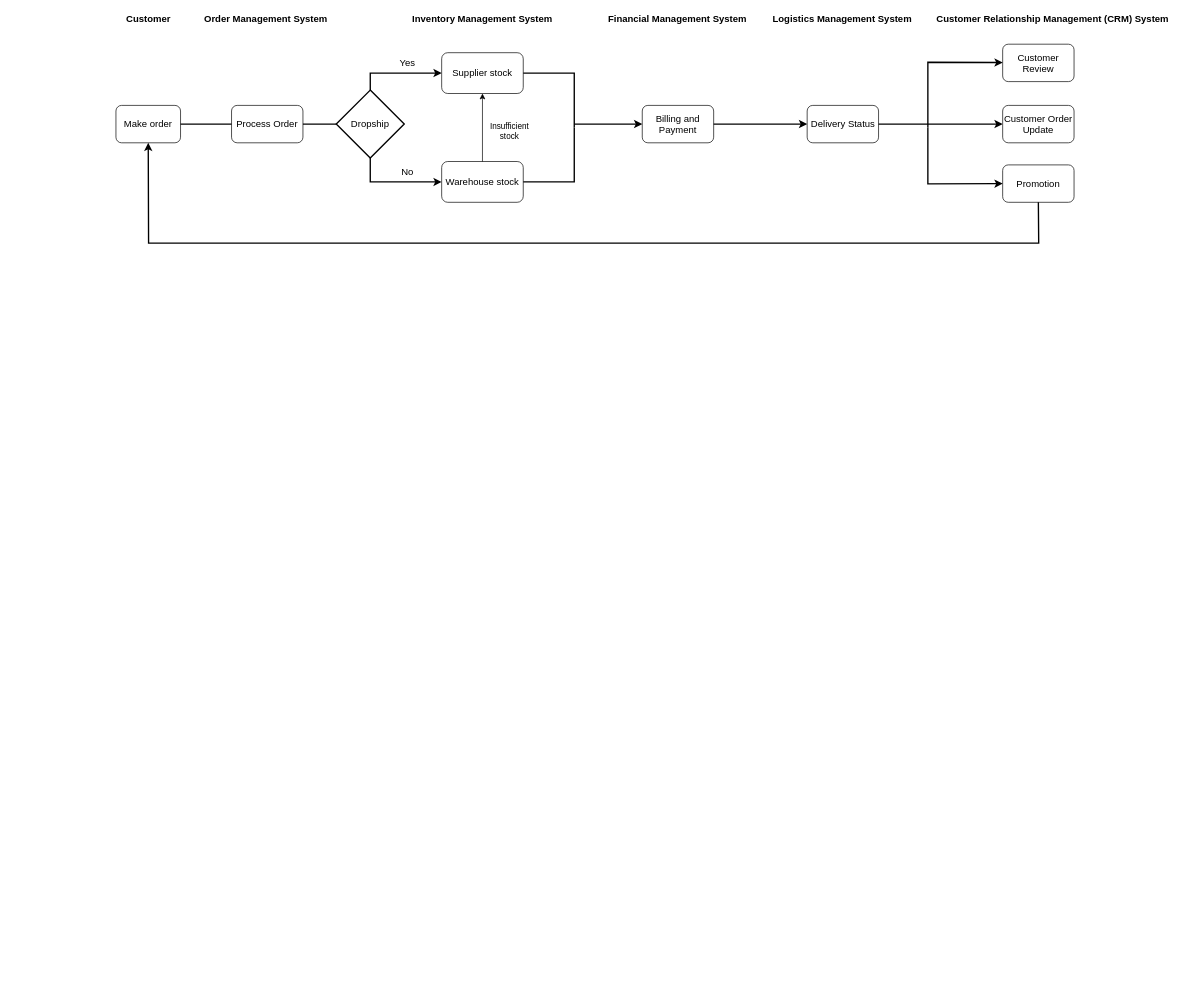
Earlier version of the draw.io diagram ERP flowchart.drawio (Levaote/chart). Source tidied: cells renumbered, new cells numbered last; positions are measured from the earlier drawing's top-left corner, leaving out a move shared by most shapes. Both pictures are drawn from the tidied source at 68%, with x=0, y=0 at pixel (77, 12).
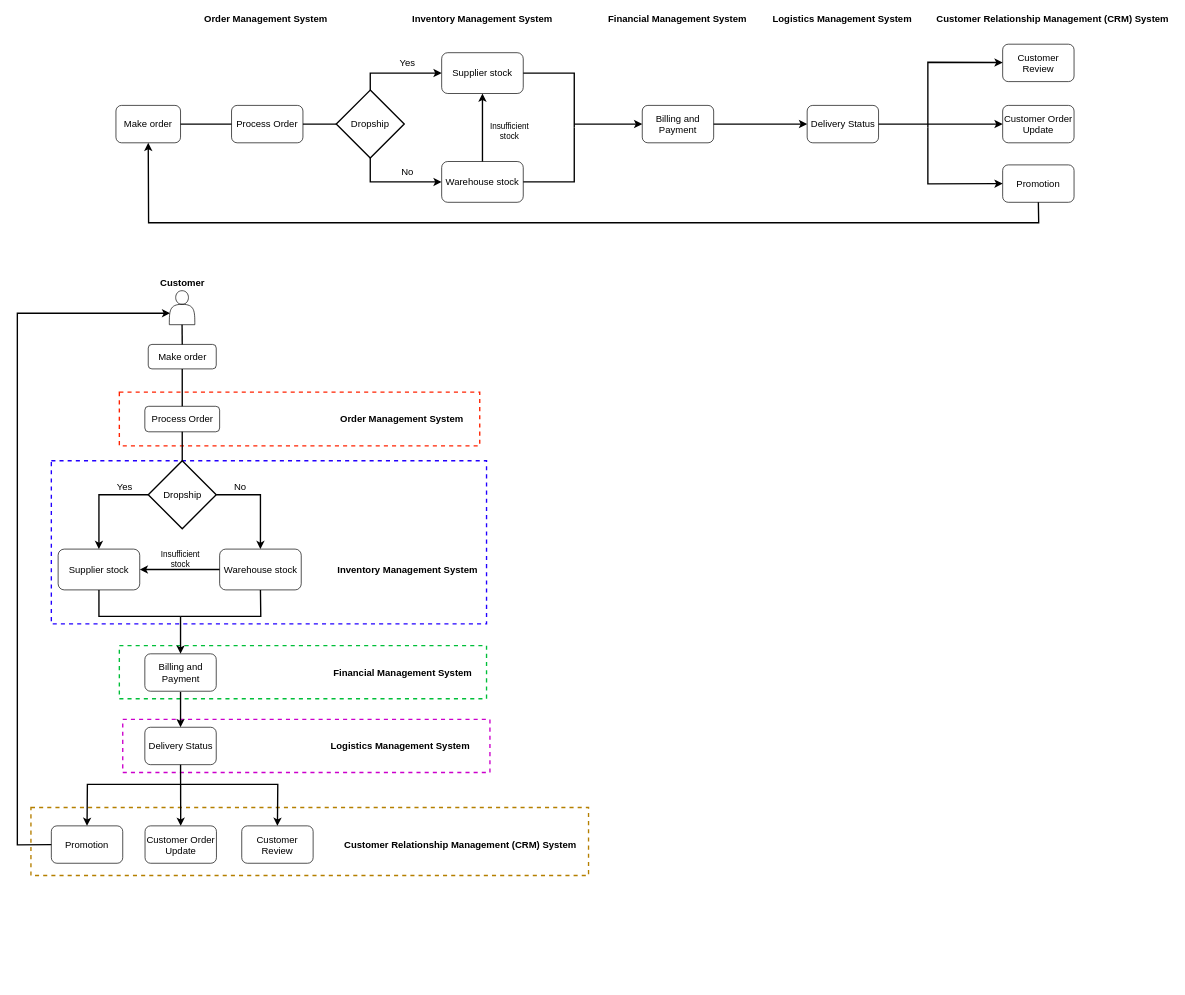
After the change.

The change refers to these unchanged cells:
```xml
<mxCell id="2" value="Warehouse stock" style="rounded=1;whiteSpace=wrap;html=1;fontSize=14;" parent="1" vertex="1">
  <mxGeometry x="536" y="220" width="120" height="60" as="geometry" />
</mxCell>
<mxCell id="3" value="Make order" style="rounded=1;whiteSpace=wrap;html=1;fontSize=14;" parent="1" vertex="1">
  <mxGeometry x="57" y="137.5" width="95" height="55" as="geometry" />
</mxCell>
<mxCell id="11" value="Supplier stock" style="rounded=1;whiteSpace=wrap;html=1;fontSize=14;" parent="1" vertex="1">
  <mxGeometry x="536" y="60" width="120" height="60" as="geometry" />
</mxCell>
<mxCell id="28" value="Delivery Status" style="rounded=1;whiteSpace=wrap;html=1;fontSize=14;" parent="1" vertex="1">
  <mxGeometry x="1073.5" y="137.5" width="105" height="55" as="geometry" />
</mxCell>
<mxCell id="30" value="Customer Order Update" style="rounded=1;whiteSpace=wrap;html=1;fontSize=14;" parent="1" vertex="1">
  <mxGeometry x="1361" y="137.5" width="105" height="55" as="geometry" />
</mxCell>
<mxCell id="32" value="Promotion" style="rounded=1;whiteSpace=wrap;html=1;fontSize=14;" parent="1" vertex="1">
  <mxGeometry x="1361" y="225" width="105" height="55" as="geometry" />
</mxCell>
```

Diff of the diagram source:
```diff
@@
+    <mxCell id="36" style="rounded=0;whiteSpace=wrap;html=1;dashed=1;strokeColor=#B57F00;strokeWidth=2;" parent="1" vertex="1">
+      <mxGeometry x="-68" y="1170" width="820" height="100" as="geometry" />
+    </mxCell>
+    <mxCell id="37" style="rounded=0;whiteSpace=wrap;html=1;dashed=1;strokeColor=#CC00CC;strokeWidth=2;" parent="1" vertex="1">
+      <mxGeometry x="67" y="1040.5" width="540" height="78" as="geometry" />
+    </mxCell>
+    <mxCell id="38" style="rounded=0;whiteSpace=wrap;html=1;dashed=1;strokeColor=#00BF39;strokeWidth=2;" parent="1" vertex="1">
+      <mxGeometry x="62" y="932" width="540" height="78" as="geometry" />
+    </mxCell>
+    <mxCell id="39" style="rounded=0;whiteSpace=wrap;html=1;dashed=1;strokeColor=#FF2200;strokeWidth=2;" parent="1" vertex="1">
+      <mxGeometry x="62" y="559.2" width="530" height="79" as="geometry" />
+    </mxCell>
+    <mxCell id="40" style="rounded=0;whiteSpace=wrap;html=1;dashed=1;strokeColor=#2200FF;strokeWidth=2;" parent="1" vertex="1">
+      <mxGeometry x="-38" y="660" width="640" height="240" as="geometry" />
+    </mxCell>
@@
     <mxCell id="9" value="&lt;span style=&quot;font-size: 14px;&quot; id=&quot;docs-internal-guid-6c4757c5-7fff-143b-70de-a1ef65d458ee&quot;&gt;&lt;span style=&quot;font-size: 14px; font-family: Arial; color: rgb(0, 0, 0); background-color: transparent; font-style: normal; font-variant: normal; text-decoration: none; vertical-align: baseline;&quot;&gt;Customer&lt;/span&gt;&lt;/span&gt;" style="text;whiteSpace=wrap;html=1;verticalAlign=middle;align=center;fontStyle=1;fontSize=14;" parent="1" vertex="1">
-      <mxGeometry x="-0.5" width="210" height="20" as="geometry" />
+      <mxGeometry x="49.5" y="388" width="210" height="20" as="geometry" />
     </mxCell>
@@
-    <mxCell id="20" style="endArrow=classic;html=1;rounded=0;exitX=0.5;exitY=0;exitDx=0;exitDy=0;entryX=0.5;entryY=1;entryDx=0;entryDy=0;" parent="1" edge="1" source="2" target="11">
+    <mxCell id="20" style="endArrow=classic;html=1;rounded=0;exitX=0.5;exitY=0;exitDx=0;exitDy=0;entryX=0.5;entryY=1;entryDx=0;entryDy=0;strokeWidth=2;" parent="1" edge="1" source="2" target="11">
       <mxGeometry relative="1" as="geometry" />
     </mxCell>
@@
-    <mxCell id="29" style="endArrow=classic;html=1;rounded=0;strokeWidth=2;exitX=1;exitY=0.5;exitDx=0;exitDy=0;entryX=0;entryY=0.5;entryDx=0;entryDy=0;" parent="1" edge="1" source="28" target="30">
-      <mxGeometry relative="1" as="geometry" />
-    </mxCell>
@@
+    <mxCell id="35" style="endArrow=classic;html=1;rounded=0;strokeWidth=2;entryX=0.5;entryY=1;entryDx=0;entryDy=0;exitX=0.5;exitY=1;exitDx=0;exitDy=0;" parent="1" edge="1" source="32" target="3">
+      <mxGeometry relative="1" as="geometry">
+        <Array as="points">
+          <mxPoint x="1414" y="310" />
+          <mxPoint x="752" y="310" />
+          <mxPoint x="105" y="310" />
+        </Array>
+      </mxGeometry>
+    </mxCell>
+    <mxCell id="41" style="group;" parent="1" vertex="1">
+      <mxGeometry x="1251" y="74" height="179" as="geometry" />
+    </mxCell>
+    <mxCell id="29" style="endArrow=classic;html=1;rounded=0;strokeWidth=2;exitX=1;exitY=0.5;exitDx=0;exitDy=0;entryX=0;entryY=0.5;entryDx=0;entryDy=0;" parent="41" edge="1" source="28" target="30">
+      <mxGeometry relative="1" as="geometry" />
+    </mxCell>
-    <mxCell id="33" style="endArrow=classic;html=1;rounded=0;strokeWidth=2;entryX=0;entryY=0.5;entryDx=0;entryDy=0;" parent="1" edge="1" target="32">
+    <mxCell id="33" style="endArrow=classic;html=1;rounded=0;strokeWidth=2;entryX=0;entryY=0.5;entryDx=0;entryDy=0;" parent="41" edge="1" target="32">
       <mxGeometry relative="1" as="geometry">
-        <mxPoint x="1251" y="170" as="sourcePoint" />
+        <mxPoint y="96" as="sourcePoint" />
         <Array as="points">
-          <mxPoint x="1251" y="253" />
+          <mxPoint y="179" />
         </Array>
       </mxGeometry>
     </mxCell>
-    <mxCell id="34" style="endArrow=classic;html=1;rounded=0;strokeWidth=2;entryX=0;entryY=0.5;entryDx=0;entryDy=0;" parent="1" edge="1">
+    <mxCell id="34" style="endArrow=classic;html=1;rounded=0;strokeWidth=2;entryX=0;entryY=0.5;entryDx=0;entryDy=0;" parent="41" edge="1">
       <mxGeometry relative="1" as="geometry">
-        <mxPoint x="1251" y="170" as="sourcePoint" />
-        <mxPoint x="1361" y="74.5" as="targetPoint" />
+        <mxPoint y="96" as="sourcePoint" />
+        <mxPoint x="110" y="0.5" as="targetPoint" />
         <Array as="points">
-          <mxPoint x="1251" y="74" />
+          <mxPoint />
         </Array>
       </mxGeometry>
     </mxCell>
-    <mxCell id="35" style="endArrow=classic;html=1;rounded=0;strokeWidth=2;entryX=0.5;entryY=1;entryDx=0;entryDy=0;exitX=0.5;exitY=1;exitDx=0;exitDy=0;" parent="1" edge="1" source="32" target="3">
-      <mxGeometry relative="1" as="geometry">
-        <Array as="points">
-          <mxPoint x="1414" y="340" />
-          <mxPoint x="105" y="340" />
-        </Array>
-      </mxGeometry>
-    </mxCell>
+    <mxCell id="42" value="Warehouse stock" style="rounded=1;whiteSpace=wrap;html=1;fontSize=14;" parent="1" vertex="1">
+      <mxGeometry x="209.5" y="790" width="120" height="60" as="geometry" />
+    </mxCell>
+    <mxCell id="43" value="Make order" style="rounded=1;whiteSpace=wrap;html=1;fontSize=14;" parent="1" vertex="1">
+      <mxGeometry x="104.5" y="489" width="100" height="36" as="geometry" />
+    </mxCell>
+    <mxCell id="44" value="Process Order" style="rounded=1;whiteSpace=wrap;html=1;fontSize=14;" parent="1" vertex="1">
+      <mxGeometry x="99.5" y="580" width="110" height="37.5" as="geometry" />
+    </mxCell>
+    <mxCell id="45" value="Supplier stock" style="rounded=1;whiteSpace=wrap;html=1;fontSize=14;" parent="1" vertex="1">
+      <mxGeometry x="-28" y="790" width="120" height="60" as="geometry" />
+    </mxCell>
+    <mxCell id="46" value="No" style="text;html=1;strokeColor=none;fillColor=none;align=center;verticalAlign=middle;whiteSpace=wrap;rounded=0;fontSize=14;" parent="1" vertex="1">
+      <mxGeometry x="209.5" y="682.5" width="60" height="30" as="geometry" />
+    </mxCell>
+    <mxCell id="47" value="Yes" style="text;html=1;strokeColor=none;fillColor=none;align=center;verticalAlign=middle;whiteSpace=wrap;rounded=0;fontSize=14;" parent="1" vertex="1">
+      <mxGeometry x="39.5" y="682.5" width="60" height="30" as="geometry" />
+    </mxCell>
+    <mxCell id="48" style="edgeStyle=orthogonalEdgeStyle;rounded=0;jettySize=auto;html=1;entryX=0.5;entryY=0;entryDx=0;entryDy=0;strokeWidth=2;fontSize=14;exitX=0;exitY=0.5;exitDx=0;exitDy=0;exitPerimeter=0;" parent="1" edge="1" source="50" target="45">
+      <mxGeometry relative="1" as="geometry" />
+    </mxCell>
+    <mxCell id="49" style="edgeStyle=orthogonalEdgeStyle;rounded=0;jettySize=auto;html=1;entryX=0.5;entryY=0;entryDx=0;entryDy=0;strokeWidth=2;fontSize=14;exitX=1;exitY=0.5;exitDx=0;exitDy=0;exitPerimeter=0;" parent="1" edge="1" source="50" target="42">
+      <mxGeometry relative="1" as="geometry" />
+    </mxCell>
+    <mxCell id="50" value="Dropship" style="strokeWidth=2;html=1;shape=mxgraph.flowchart.decision;whiteSpace=wrap;fontSize=14;" parent="1" vertex="1">
+      <mxGeometry x="104.5" y="660" width="100" height="100" as="geometry" />
+    </mxCell>
+    <mxCell id="51" value="Insufficient stock" style="text;html=1;strokeColor=none;fillColor=none;align=center;verticalAlign=middle;whiteSpace=wrap;rounded=0;" parent="1" vertex="1">
+      <mxGeometry x="122" y="790" width="60" height="30" as="geometry" />
+    </mxCell>
+    <mxCell id="52" value="Billing and Payment" style="rounded=1;whiteSpace=wrap;html=1;fontSize=14;" parent="1" vertex="1">
+      <mxGeometry x="99.5" y="944" width="105" height="55" as="geometry" />
+    </mxCell>
+    <mxCell id="53" style="endArrow=classic;html=1;rounded=0;strokeWidth=2;entryX=0.5;entryY=0;entryDx=0;entryDy=0;" parent="1" edge="1" target="52">
+      <mxGeometry relative="1" as="geometry">
+        <mxPoint x="152" y="889" as="sourcePoint" />
+      </mxGeometry>
+    </mxCell>
+    <mxCell id="54" style="endArrow=none;html=1;rounded=0;strokeWidth=2;exitX=0.5;exitY=1;exitDx=0;exitDy=0;" parent="1" edge="1" source="42">
+      <mxGeometry relative="1" as="geometry">
+        <mxPoint x="152" y="889" as="targetPoint" />
+        <Array as="points">
+          <mxPoint x="270" y="889" />
+        </Array>
+      </mxGeometry>
+    </mxCell>
+    <mxCell id="55" style="endArrow=none;html=1;rounded=0;strokeWidth=2;exitX=0.5;exitY=1;exitDx=0;exitDy=0;" parent="1" edge="1" source="45">
+      <mxGeometry relative="1" as="geometry">
+        <mxPoint x="152" y="889" as="targetPoint" />
+        <Array as="points">
+          <mxPoint x="32" y="889" />
+        </Array>
+      </mxGeometry>
+    </mxCell>
+    <mxCell id="56" style="endArrow=classic;html=1;rounded=0;strokeWidth=2;entryX=0.5;entryY=0;entryDx=0;entryDy=0;" parent="1" edge="1" target="57">
+      <mxGeometry relative="1" as="geometry">
+        <mxPoint x="152" y="1000" as="sourcePoint" />
+      </mxGeometry>
+    </mxCell>
+    <mxCell id="57" value="Delivery Status" style="rounded=1;whiteSpace=wrap;html=1;fontSize=14;" parent="1" vertex="1">
+      <mxGeometry x="99.5" y="1052" width="105" height="55" as="geometry" />
+    </mxCell>
+    <mxCell id="58" value="Customer Order Update" style="rounded=1;whiteSpace=wrap;html=1;fontSize=14;" parent="1" vertex="1">
+      <mxGeometry x="99.8" y="1197" width="105" height="55" as="geometry" />
+    </mxCell>
+    <mxCell id="59" value="Customer Review" style="rounded=1;whiteSpace=wrap;html=1;fontSize=14;" parent="1" vertex="1">
+      <mxGeometry x="242" y="1197" width="105" height="55" as="geometry" />
+    </mxCell>
+    <mxCell id="60" value="Promotion" style="rounded=1;whiteSpace=wrap;html=1;fontSize=14;" parent="1" vertex="1">
+      <mxGeometry x="-38" y="1197" width="105" height="55" as="geometry" />
+    </mxCell>
+    <mxCell id="61" style="group;" parent="1" vertex="1">
+      <mxGeometry x="202" y="1250" height="179" as="geometry" />
+    </mxCell>
+    <mxCell id="62" style="endArrow=classic;html=1;rounded=0;strokeWidth=2;exitX=0.5;exitY=1;exitDx=0;exitDy=0;entryX=0.5;entryY=0;entryDx=0;entryDy=0;" parent="61" edge="1" source="57" target="58">
+      <mxGeometry relative="1" as="geometry" />
+    </mxCell>
+    <mxCell id="63" style="endArrow=classic;html=1;rounded=0;strokeWidth=2;entryX=0.5;entryY=0;entryDx=0;entryDy=0;" parent="61" edge="1" target="60">
+      <mxGeometry relative="1" as="geometry">
+        <mxPoint x="-50" y="-114" as="sourcePoint" />
+        <Array as="points">
+          <mxPoint x="-187" y="-114" />
+        </Array>
+      </mxGeometry>
+    </mxCell>
+    <mxCell id="64" style="endArrow=classic;html=1;rounded=0;strokeWidth=2;entryX=0.5;entryY=0;entryDx=0;entryDy=0;" parent="61" edge="1" target="59">
+      <mxGeometry relative="1" as="geometry">
+        <mxPoint x="-50" y="-114" as="sourcePoint" />
+        <Array as="points">
+          <mxPoint x="93" y="-114" />
+        </Array>
+      </mxGeometry>
+    </mxCell>
+    <mxCell id="65" style="endArrow=classic;html=1;rounded=0;strokeWidth=2;entryX=1;entryY=0.5;entryDx=0;entryDy=0;exitX=0;exitY=0.5;exitDx=0;exitDy=0;" parent="1" edge="1" source="42" target="45">
+      <mxGeometry relative="1" as="geometry" />
+    </mxCell>
+    <mxCell id="66" style="endArrow=none;html=1;rounded=0;strokeWidth=2;entryX=0.5;entryY=1;entryDx=0;entryDy=0;exitX=0.5;exitY=0;exitDx=0;exitDy=0;" parent="1" edge="1" source="44" target="43">
+      <mxGeometry relative="1" as="geometry" />
+    </mxCell>
+    <mxCell id="67" style="endArrow=none;html=1;rounded=0;strokeWidth=2;entryX=0.5;entryY=1;entryDx=0;entryDy=0;exitX=0.5;exitY=0;exitDx=0;exitDy=0;exitPerimeter=0;" parent="1" edge="1" source="50" target="44">
+      <mxGeometry relative="1" as="geometry" />
+    </mxCell>
+    <mxCell id="68" style="endArrow=classic;html=1;rounded=0;strokeWidth=2;exitX=0;exitY=0.5;exitDx=0;exitDy=0;entryX=0.033;entryY=0.662;entryDx=0;entryDy=0;entryPerimeter=0;" parent="1" edge="1" source="60" target="76">
+      <mxGeometry relative="1" as="geometry">
+        <Array as="points">
+          <mxPoint x="-88" y="1225" />
+          <mxPoint x="-88" y="443" />
+        </Array>
+      </mxGeometry>
+    </mxCell>
+    <mxCell id="69" value="&lt;span style=&quot;font-size: 14px;&quot; id=&quot;docs-internal-guid-1d324e2a-7fff-3c94-8775-5019940d7010&quot;&gt;&lt;span style=&quot;font-size: 14px; font-family: Arial; color: rgb(0, 0, 0); background-color: transparent; font-style: normal; font-variant: normal; text-decoration: none; vertical-align: baseline;&quot;&gt;Order Management System&lt;/span&gt;&lt;/span&gt;" style="text;whiteSpace=wrap;html=1;align=left;verticalAlign=middle;fontSize=14;fontStyle=1;" parent="1" vertex="1">
+      <mxGeometry x="384.5" y="588.8" width="190" height="20" as="geometry" />
+    </mxCell>
+    <mxCell id="70" value="&lt;span style=&quot;font-size: 14px;&quot; id=&quot;docs-internal-guid-9415e34b-7fff-a1a2-4295-181ad273ff44&quot;&gt;&lt;span style=&quot;font-size: 14px; font-family: Arial; color: rgb(0, 0, 0); background-color: transparent; font-style: normal; font-variant: normal; text-decoration: none; vertical-align: baseline;&quot;&gt;Customer Relationship Management (CRM) System&lt;/span&gt;&lt;/span&gt;" style="text;whiteSpace=wrap;html=1;verticalAlign=middle;fontSize=14;fontStyle=1;" parent="1" vertex="1">
+      <mxGeometry x="391" y="1214.5" width="350" height="20" as="geometry" />
+    </mxCell>
+    <mxCell id="71" value="&lt;span style=&quot;font-size: 14px;&quot; id=&quot;docs-internal-guid-a8fc3402-7fff-b40d-7543-340d0212bfa5&quot;&gt;&lt;span style=&quot;font-size: 14px; font-family: Arial; color: rgb(0, 0, 0); background-color: transparent; font-style: normal; font-variant: normal; text-decoration: none; vertical-align: baseline;&quot;&gt;Logistics Management System&lt;/span&gt;&lt;/span&gt;" style="text;whiteSpace=wrap;html=1;verticalAlign=middle;fontSize=14;fontStyle=1;" parent="1" vertex="1">
+      <mxGeometry x="371" y="1069.5" width="210" height="20" as="geometry" />
+    </mxCell>
+    <mxCell id="72" value="&lt;span style=&quot;font-size: 14px;&quot; id=&quot;docs-internal-guid-5dac52f8-7fff-e4c4-6359-efce4633b223&quot;&gt;&lt;span style=&quot;font-size: 14px; font-family: Arial; color: rgb(0, 0, 0); background-color: transparent; font-style: normal; font-variant: normal; text-decoration: none; vertical-align: baseline;&quot;&gt;Financial Management System&lt;/span&gt;&lt;/span&gt;" style="text;whiteSpace=wrap;html=1;verticalAlign=middle;fontSize=14;fontStyle=1;" parent="1" vertex="1">
+      <mxGeometry x="374.5" y="961.5" width="210" height="20" as="geometry" />
+    </mxCell>
+    <mxCell id="73" value="&lt;span style=&quot;font-size: 14px;&quot; id=&quot;docs-internal-guid-6c4757c5-7fff-143b-70de-a1ef65d458ee&quot;&gt;&lt;span style=&quot;font-size: 14px; font-family: Arial; color: rgb(0, 0, 0); background-color: transparent; font-style: normal; font-variant: normal; text-decoration: none; vertical-align: baseline;&quot;&gt;Inventory Management System&lt;/span&gt;&lt;/span&gt;" style="text;whiteSpace=wrap;html=1;verticalAlign=middle;fontSize=14;fontStyle=1;" parent="1" vertex="1">
+      <mxGeometry x="381" y="810" width="210" height="20" as="geometry" />
+    </mxCell>
+    <mxCell id="74" style="edgeStyle=orthogonalEdgeStyle;rounded=0;orthogonalLoop=1;jettySize=auto;html=1;exitX=0.5;exitY=1;exitDx=0;exitDy=0;" parent="1" edge="1" source="73" target="73">
+      <mxGeometry relative="1" as="geometry" />
+    </mxCell>
+    <mxCell id="75" style="edgeStyle=orthogonalEdgeStyle;rounded=0;orthogonalLoop=1;jettySize=auto;html=1;exitX=0.5;exitY=1;exitDx=0;exitDy=0;" parent="1" edge="1" source="71" target="71">
+      <mxGeometry relative="1" as="geometry" />
+    </mxCell>
+    <mxCell id="76" style="shape=actor;whiteSpace=wrap;html=1;" parent="1" vertex="1">
+      <mxGeometry x="135.5" y="410" width="37.5" height="50" as="geometry" />
+    </mxCell>
+    <mxCell id="77" style="endArrow=none;html=1;rounded=0;strokeWidth=2;entryX=0.5;entryY=1;entryDx=0;entryDy=0;exitX=0.5;exitY=0;exitDx=0;exitDy=0;" parent="1" edge="1" source="43" target="76">
+      <mxGeometry relative="1" as="geometry" />
+    </mxCell>
```
